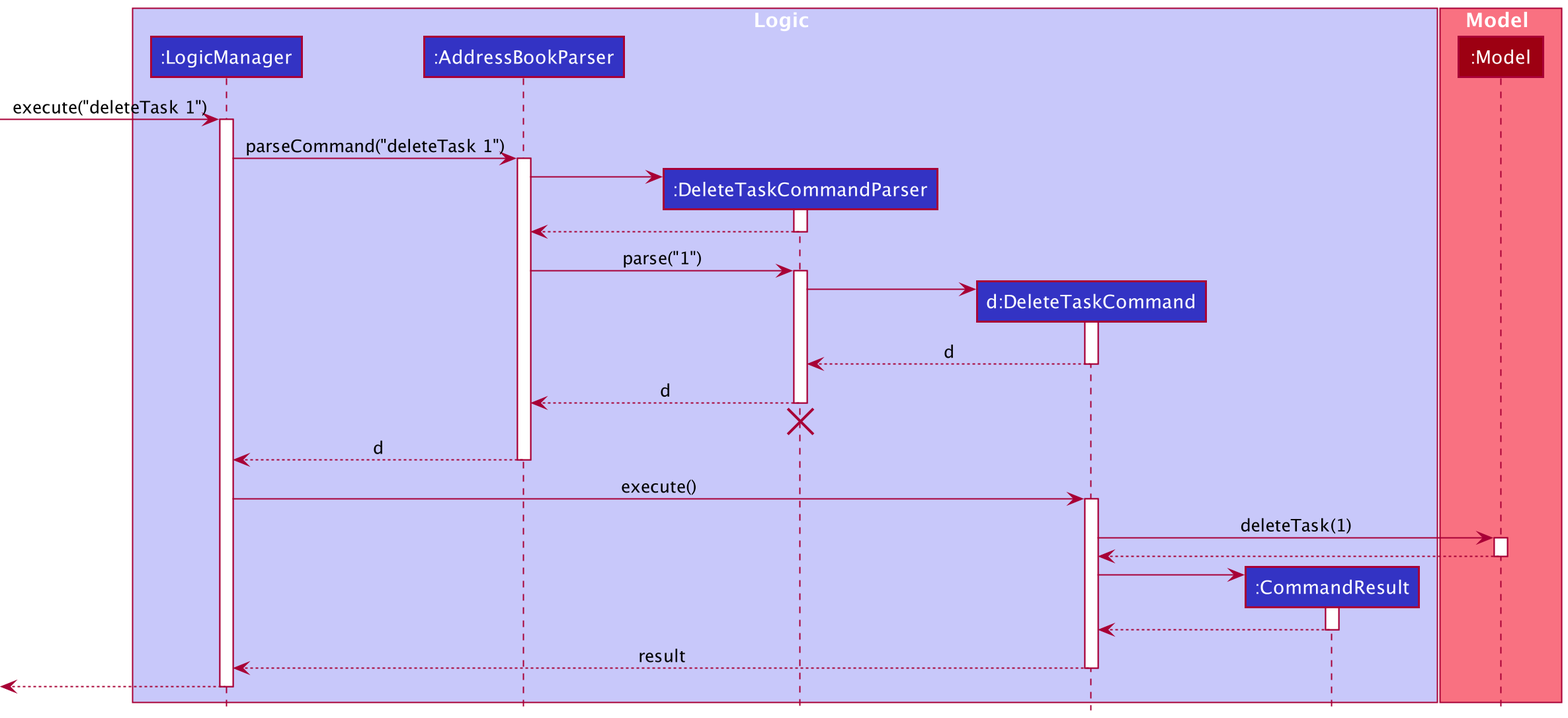
Before: docs/images/DeleteTaskSequenceDiagram.png, a diagram exported from PlantUML (nus-cs2103-AY2021S2/tp). Its diagram source:
```plantuml
@startuml
!include style.puml

box Logic LOGIC_COLOR_T1
participant ":LogicManager" as LogicManager LOGIC_COLOR
participant ":AddressBookParser" as AddressBookParser LOGIC_COLOR
participant ":DeleteTaskCommandParser" as DeleteTaskCommandParser LOGIC_COLOR
participant "d:DeleteTaskCommand" as DeleteTaskCommand LOGIC_COLOR
participant ":CommandResult" as CommandResult LOGIC_COLOR
end box

box Model MODEL_COLOR_T1
participant ":Model" as Model MODEL_COLOR
end box

[-> LogicManager : execute("deleteTask 1")
activate LogicManager

LogicManager -> AddressBookParser : parseCommand("deleteTask 1")
activate AddressBookParser

create DeleteTaskCommandParser
AddressBookParser -> DeleteTaskCommandParser
activate DeleteTaskCommandParser

DeleteTaskCommandParser --> AddressBookParser
deactivate DeleteTaskCommandParser

AddressBookParser -> DeleteTaskCommandParser : parse("1")
activate DeleteTaskCommandParser

create DeleteTaskCommand
DeleteTaskCommandParser -> DeleteTaskCommand
activate DeleteTaskCommand

DeleteTaskCommand --> DeleteTaskCommandParser : d
deactivate DeleteTaskCommand

DeleteTaskCommandParser --> AddressBookParser : d
deactivate DeleteTaskCommandParser
DeleteTaskCommandParser -[hidden]-> AddressBookParser
destroy DeleteTaskCommandParser

AddressBookParser --> LogicManager : d
deactivate AddressBookParser

LogicManager -> DeleteTaskCommand : execute()
activate DeleteTaskCommand

DeleteTaskCommand -> Model : deleteTask(1)
activate Model

Model --> DeleteTaskCommand
deactivate Model

create CommandResult
DeleteTaskCommand -> CommandResult
activate CommandResult

CommandResult --> DeleteTaskCommand
deactivate CommandResult

DeleteTaskCommand --> LogicManager : result
deactivate DeleteTaskCommand

[<--LogicManager
deactivate LogicManager
@enduml
```
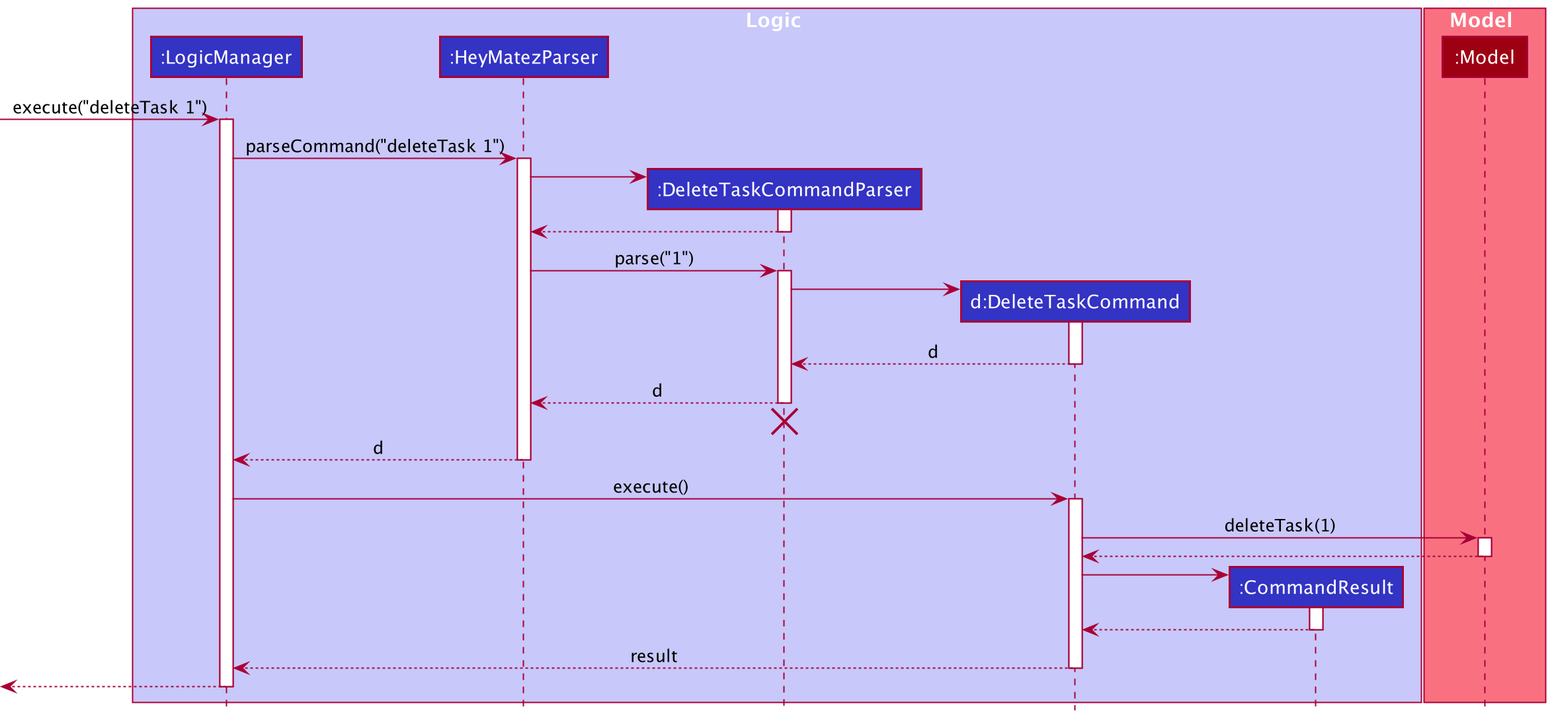
After the change.

Commit message:
update sequence diagram

The edit, as a diff of the source:
```diff
@@ -3,7 +3,7 @@
 
 box Logic LOGIC_COLOR_T1
 participant ":LogicManager" as LogicManager LOGIC_COLOR
-participant ":AddressBookParser" as AddressBookParser LOGIC_COLOR
+participant ":HeyMatezParser" as HeyMatezParser LOGIC_COLOR
 participant ":DeleteTaskCommandParser" as DeleteTaskCommandParser LOGIC_COLOR
 participant "d:DeleteTaskCommand" as DeleteTaskCommand LOGIC_COLOR
 participant ":CommandResult" as CommandResult LOGIC_COLOR
@@ -16,17 +16,17 @@
 [-> LogicManager : execute("deleteTask 1")
 activate LogicManager
 
-LogicManager -> AddressBookParser : parseCommand("deleteTask 1")
-activate AddressBookParser
+LogicManager -> HeyMatezParser : parseCommand("deleteTask 1")
+activate HeyMatezParser
 
 create DeleteTaskCommandParser
-AddressBookParser -> DeleteTaskCommandParser
+HeyMatezParser -> DeleteTaskCommandParser
 activate DeleteTaskCommandParser
 
-DeleteTaskCommandParser --> AddressBookParser
+DeleteTaskCommandParser --> HeyMatezParser
 deactivate DeleteTaskCommandParser
 
-AddressBookParser -> DeleteTaskCommandParser : parse("1")
+HeyMatezParser -> DeleteTaskCommandParser : parse("1")
 activate DeleteTaskCommandParser
 
 create DeleteTaskCommand
@@ -36,13 +36,13 @@
 DeleteTaskCommand --> DeleteTaskCommandParser : d
 deactivate DeleteTaskCommand
 
-DeleteTaskCommandParser --> AddressBookParser : d
+DeleteTaskCommandParser --> HeyMatezParser : d
 deactivate DeleteTaskCommandParser
-DeleteTaskCommandParser -[hidden]-> AddressBookParser
+DeleteTaskCommandParser -[hidden]-> HeyMatezParser
 destroy DeleteTaskCommandParser
 
-AddressBookParser --> LogicManager : d
-deactivate AddressBookParser
+HeyMatezParser --> LogicManager : d
+deactivate HeyMatezParser
 
 LogicManager -> DeleteTaskCommand : execute()
 activate DeleteTaskCommand
```
